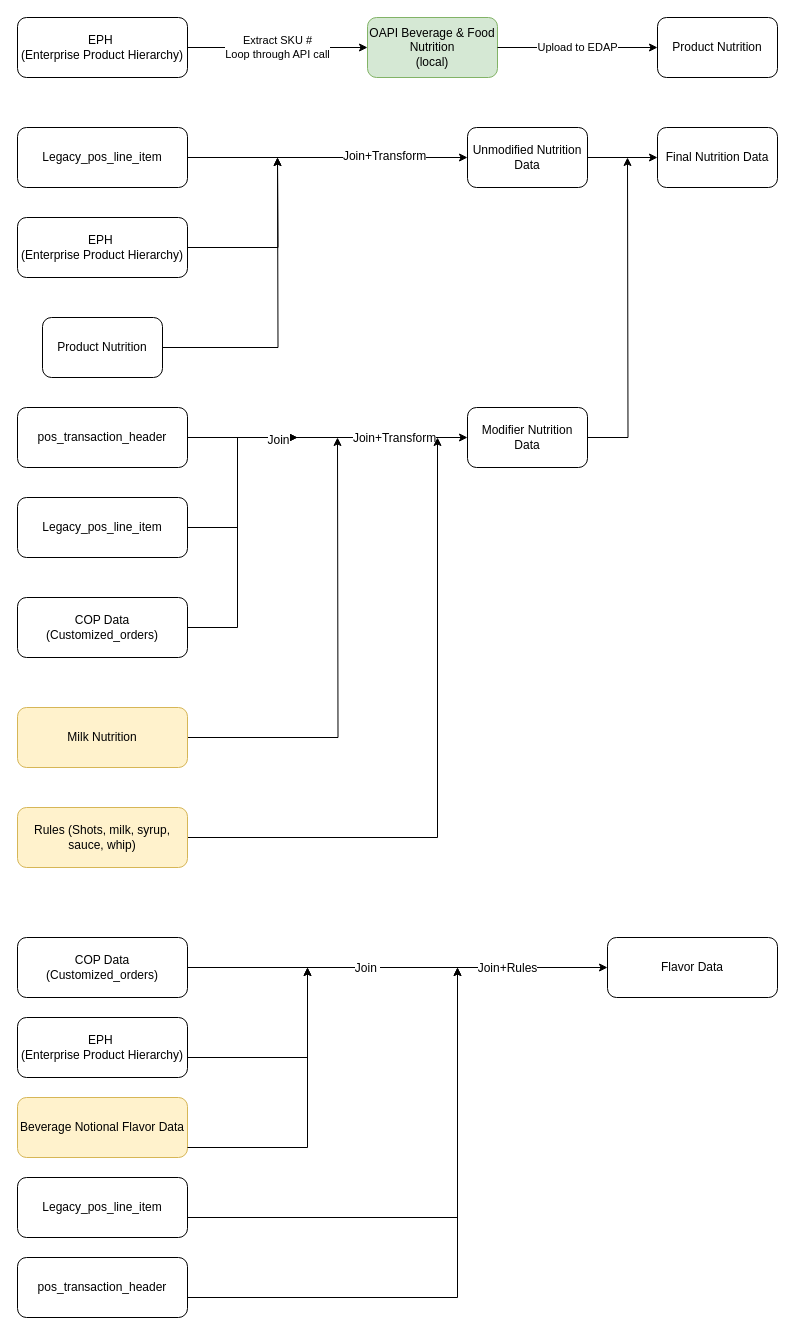
Above: Untitled Diagram.drawio in ttransbux/customer_segm (draw.io), before the change. Source tidied: cells renumbered, new cells numbered last; positions are measured from the earlier drawing's top-left corner, leaving out a move shared by most shapes. Both pictures are drawn from the tidied source at 100%, with x=0, y=0 at pixel (17, 17).
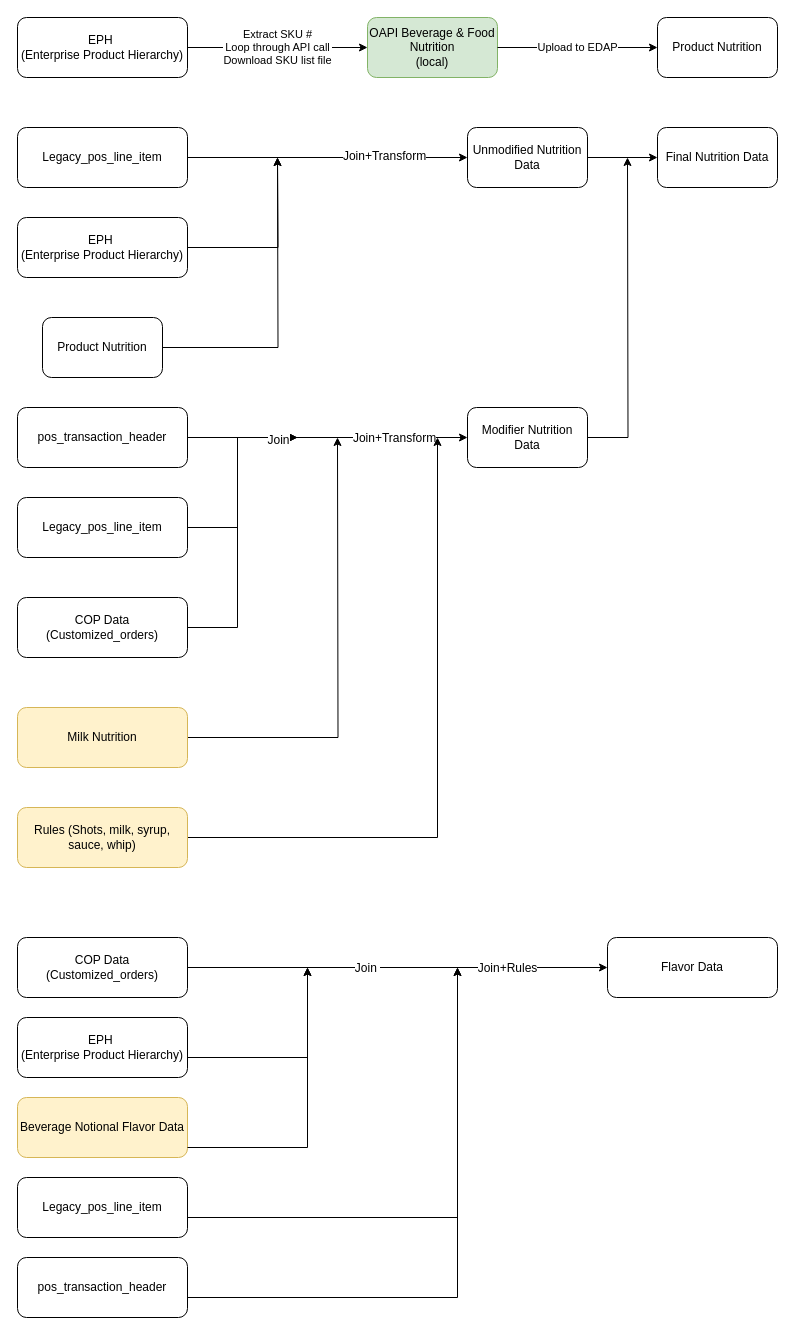
The same page after the edit.

The change refers to these unchanged cells:
```xml
<mxCell id="2" value="EPH&amp;nbsp;&lt;br&gt;(Enterprise Product Hierarchy)&lt;br&gt;" style="rounded=1;whiteSpace=wrap;html=1;" parent="1" vertex="1">
  <mxGeometry width="170" height="60" as="geometry" />
</mxCell>
<mxCell id="4" value="OAPI Beverage &amp;amp; Food Nutrition&lt;br&gt;(local)&lt;br&gt;" style="rounded=1;whiteSpace=wrap;html=1;fillColor=#d5e8d4;strokeColor=#82b366;" parent="1" vertex="1">
  <mxGeometry x="350" width="130" height="60" as="geometry" />
</mxCell>
```

Diff of the diagram source:
```diff
@@
-    <mxCell id="3" value="Extract SKU #&lt;br&gt;Loop through API call&lt;br&gt;" style="endArrow=classic;html=1;exitX=1;exitY=0.5;exitDx=0;exitDy=0;entryX=0;entryY=0.5;entryDx=0;entryDy=0;" parent="1" edge="1" source="2" target="4">
+    <mxCell id="3" value="Extract SKU #&lt;br&gt;Loop through API call&lt;br&gt;Download SKU list file&lt;br&gt;" style="endArrow=classic;html=1;exitX=1;exitY=0.5;exitDx=0;exitDy=0;entryX=0;entryY=0.5;entryDx=0;entryDy=0;" parent="1" edge="1" source="2" target="4">
       <mxGeometry relative="1" as="geometry" />
     </mxCell>
```
